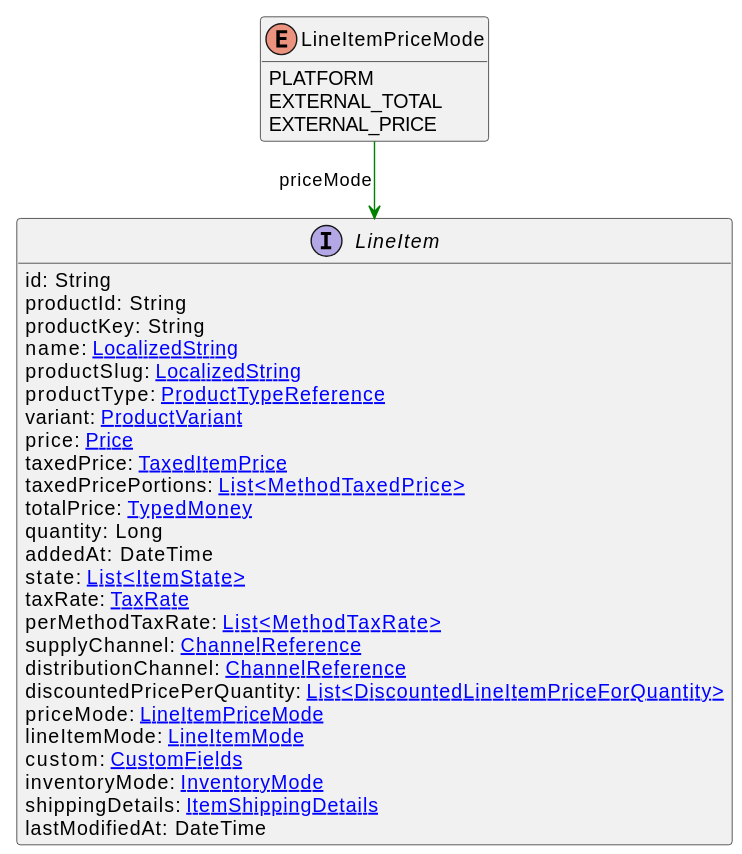
commercetools/commercetools-api-reference keeps this PlantUML diagram as uml/api/svg/LineItemPriceMode.svg. Above is the earlier version.
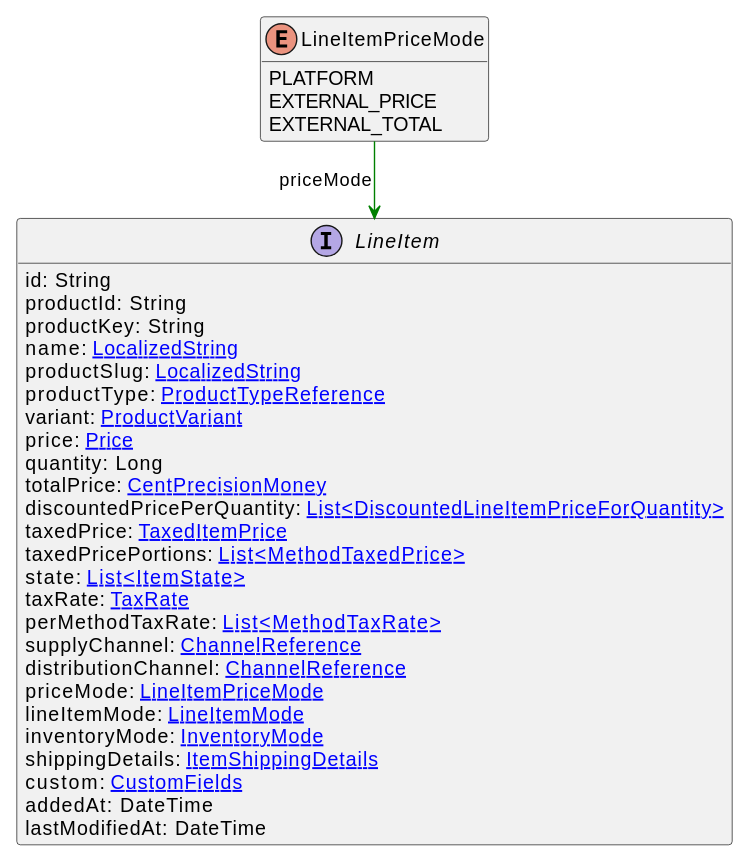
Above is the later version.

The edit, as a diff of the source:
```diff
@@ -3,8 +3,8 @@
 hide methods
 enum LineItemPriceMode {
     PLATFORM
+    EXTERNAL_PRICE
     EXTERNAL_TOTAL
-    EXTERNAL_PRICE
 }
 interface LineItem [[LineItem.svg]]  {
     id: String
@@ -15,22 +15,22 @@
     productType: [[ProductTypeReference.svg ProductTypeReference]]
     variant: [[ProductVariant.svg ProductVariant]]
     price: [[Price.svg Price]]
+    quantity: Long
+    totalPrice: [[CentPrecisionMoney.svg CentPrecisionMoney]]
+    discountedPricePerQuantity: [[DiscountedLineItemPriceForQuantity.svg List<DiscountedLineItemPriceForQuantity>]]
     taxedPrice: [[TaxedItemPrice.svg TaxedItemPrice]]
     taxedPricePortions: [[MethodTaxedPrice.svg List<MethodTaxedPrice>]]
-    totalPrice: [[TypedMoney.svg TypedMoney]]
-    quantity: Long
-    addedAt: DateTime
     state: [[ItemState.svg List<ItemState>]]
     taxRate: [[TaxRate.svg TaxRate]]
     perMethodTaxRate: [[MethodTaxRate.svg List<MethodTaxRate>]]
     supplyChannel: [[ChannelReference.svg ChannelReference]]
     distributionChannel: [[ChannelReference.svg ChannelReference]]
-    discountedPricePerQuantity: [[DiscountedLineItemPriceForQuantity.svg List<DiscountedLineItemPriceForQuantity>]]
     priceMode: [[LineItemPriceMode.svg LineItemPriceMode]]
     lineItemMode: [[LineItemMode.svg LineItemMode]]
-    custom: [[CustomFields.svg CustomFields]]
     inventoryMode: [[InventoryMode.svg InventoryMode]]
     shippingDetails: [[ItemShippingDetails.svg ItemShippingDetails]]
+    custom: [[CustomFields.svg CustomFields]]
+    addedAt: DateTime
     lastModifiedAt: DateTime
 }
 LineItemPriceMode --> LineItem #green;text:green : "priceMode"
```
